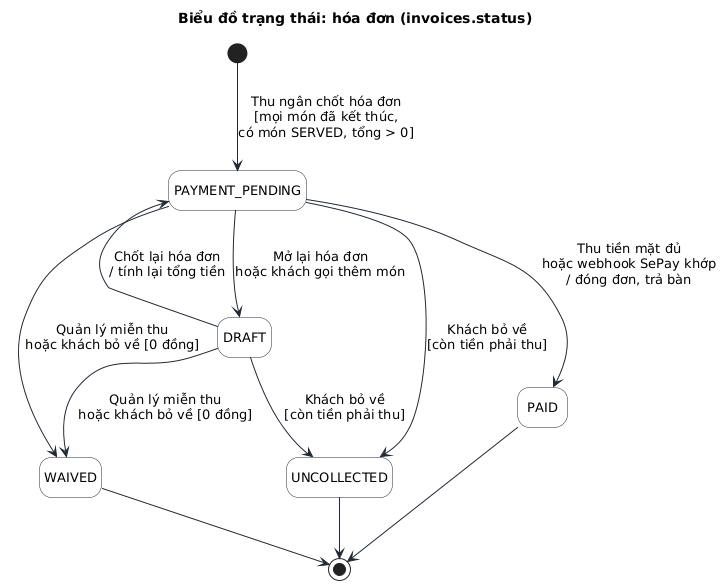
The PlantUML diagram docs/bao-cao-ltnc/uml/state-hoa-don.png in Anpham120/restaurant-management-system, before a commit.
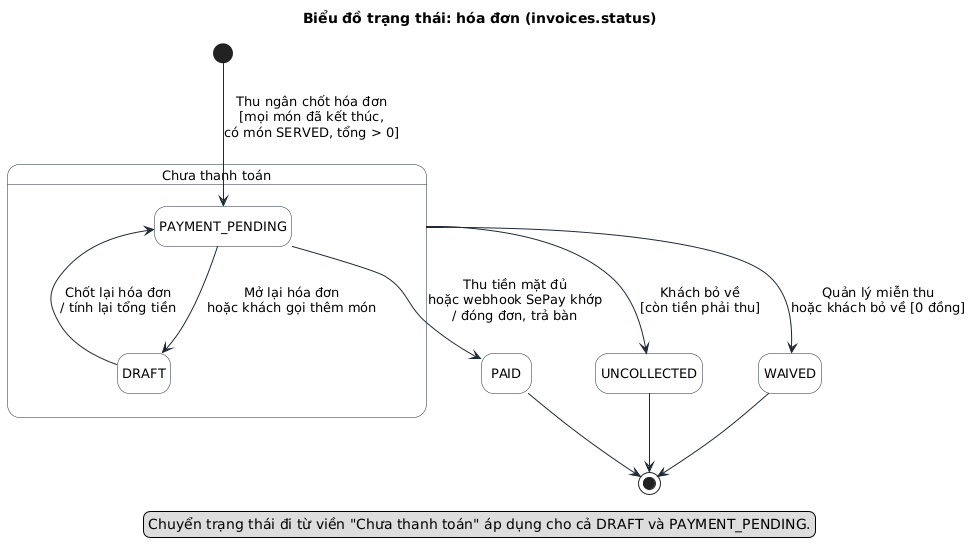
Above is the later version.

Change to the diagram source:
```diff
@@ -6,15 +6,20 @@
 }
 hide empty description
 title Biểu đồ trạng thái: hóa đơn (invoices.status)
+state "Chưa thanh toán" as CHUA {
+  state PAYMENT_PENDING
+  state DRAFT
+  PAYMENT_PENDING --> DRAFT : Mở lại hóa đơn\nhoặc khách gọi thêm món
+  DRAFT --> PAYMENT_PENDING : Chốt lại hóa đơn\n/ tính lại tổng tiền
+}
 [*] --> PAYMENT_PENDING : Thu ngân chốt hóa đơn\n[mọi món đã kết thúc,\ncó món SERVED, tổng > 0]
-PAYMENT_PENDING --> DRAFT : Mở lại hóa đơn\nhoặc khách gọi thêm món
-DRAFT --> PAYMENT_PENDING : Chốt lại hóa đơn\n/ tính lại tổng tiền
 PAYMENT_PENDING --> PAID : Thu tiền mặt đủ\nhoặc webhook SePay khớp\n/ đóng đơn, trả bàn
-DRAFT --> WAIVED : Quản lý miễn thu\nhoặc khách bỏ về [0 đồng]
-PAYMENT_PENDING --> WAIVED : Quản lý miễn thu\nhoặc khách bỏ về [0 đồng]
-DRAFT --> UNCOLLECTED : Khách bỏ về\n[còn tiền phải thu]
-PAYMENT_PENDING --> UNCOLLECTED : Khách bỏ về\n[còn tiền phải thu]
+CHUA --> WAIVED : Quản lý miễn thu\nhoặc khách bỏ về [0 đồng]
+CHUA --> UNCOLLECTED : Khách bỏ về\n[còn tiền phải thu]
 PAID --> [*]
 WAIVED --> [*]
 UNCOLLECTED --> [*]
+legend bottom
+  Chuyển trạng thái đi từ viền "Chưa thanh toán" áp dụng cho cả DRAFT và PAYMENT_PENDING.
+endlegend
 @enduml
```
